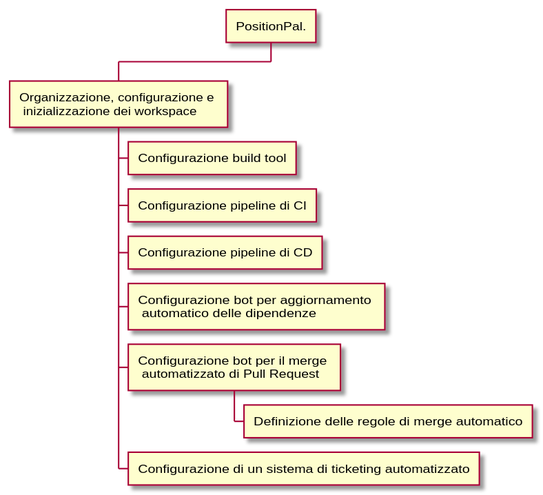
Before: res/wbs.svg, a diagram exported from PlantUML (position-pal/PM-report). Source of this version:
```plantuml
@startwbs wbs

* PositionPal.

** Organizzazione, configurazione e \n inizializzazione dei workspace
*** Configurazione build tool
*** Configurazione pipeline di CI
*** Configurazione pipeline di CD
*** Configurazione bot per aggiornamento \n automatico delle dipendenze
*** Configurazione bot per il merge \n automatizzato di Pull Request
**** Definizione delle regole di merge automatico
*** Configurazione di un sistema di ticketing automatizzato

@endwbs
```
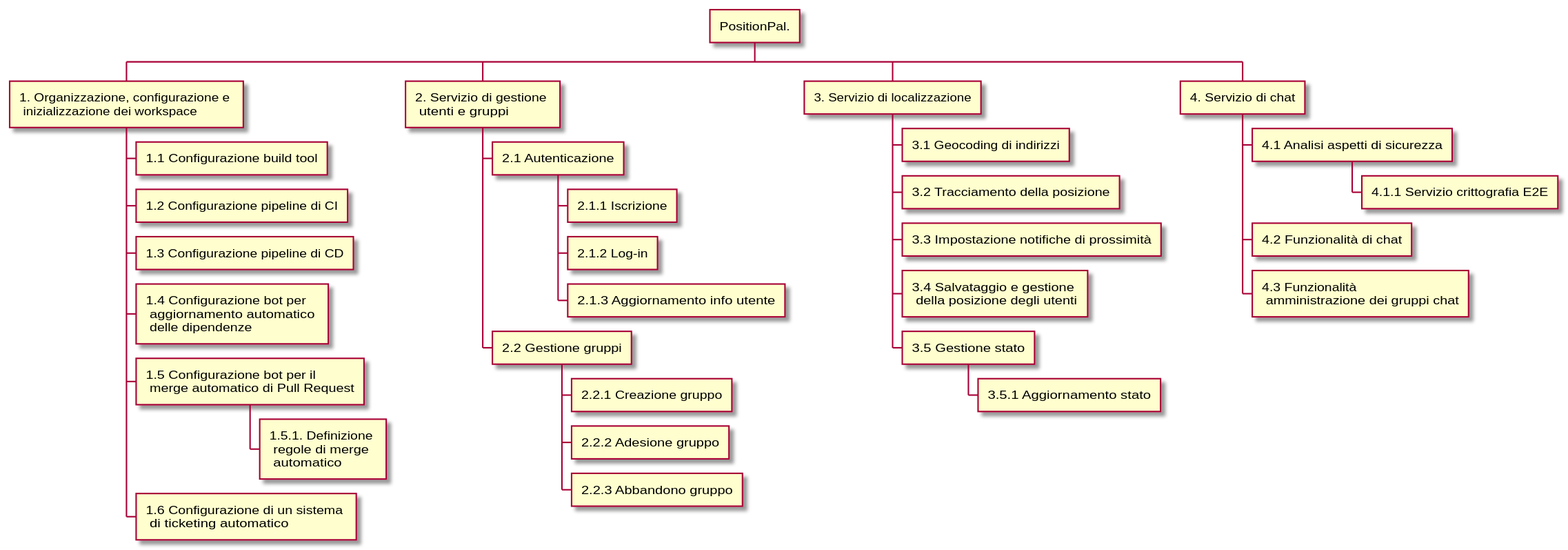
After the commit.

The edit, as a diff of the source:
```diff
@@ -1,14 +1,37 @@
 @startwbs wbs
 
-* PositionPal.
++ PositionPal.
 
-** Organizzazione, configurazione e \n inizializzazione dei workspace
-*** Configurazione build tool
-*** Configurazione pipeline di CI
-*** Configurazione pipeline di CD
-*** Configurazione bot per aggiornamento \n automatico delle dipendenze
-*** Configurazione bot per il merge \n automatizzato di Pull Request
-**** Definizione delle regole di merge automatico
-*** Configurazione di un sistema di ticketing automatizzato
+++ 1. Organizzazione, configurazione e \n inizializzazione dei workspace
++++ 1.1 Configurazione build tool
++++ 1.2 Configurazione pipeline di CI
++++ 1.3 Configurazione pipeline di CD
++++ 1.4 Configurazione bot per \n aggiornamento automatico \n delle dipendenze
++++ 1.5 Configurazione bot per il \n merge automatico di Pull Request
+++++ 1.5.1. Definizione \n regole di merge \n automatico
++++ 1.6 Configurazione di un sistema \n di ticketing automatico
 
+++ 2. Servizio di gestione \n utenti e gruppi
++++ 2.1 Autenticazione
+++++ 2.1.1 Iscrizione
+++++ 2.1.2 Log-in
+++++ 2.1.3 Aggiornamento info utente
++++ 2.2 Gestione gruppi
+++++ 2.2.1 Creazione gruppo
+++++ 2.2.2 Adesione gruppo
+++++ 2.2.3 Abbandono gruppo
+
+++ 3. Servizio di localizzazione
++++ 3.1 Geocoding di indirizzi
++++ 3.2 Tracciamento della posizione
++++ 3.3 Impostazione notifiche di prossimità
++++ 3.4 Salvataggio e gestione \n della posizione degli utenti
++++ 3.5 Gestione stato
+++++ 3.5.1 Aggiornamento stato
+
+++ 4. Servizio di chat
++++ 4.1 Analisi aspetti di sicurezza
+++++ 4.1.1 Servizio crittografia E2E
++++ 4.2 Funzionalità di chat
++++ 4.3 Funzionalità \n amministrazione dei gruppi chat
 @endwbs
```
